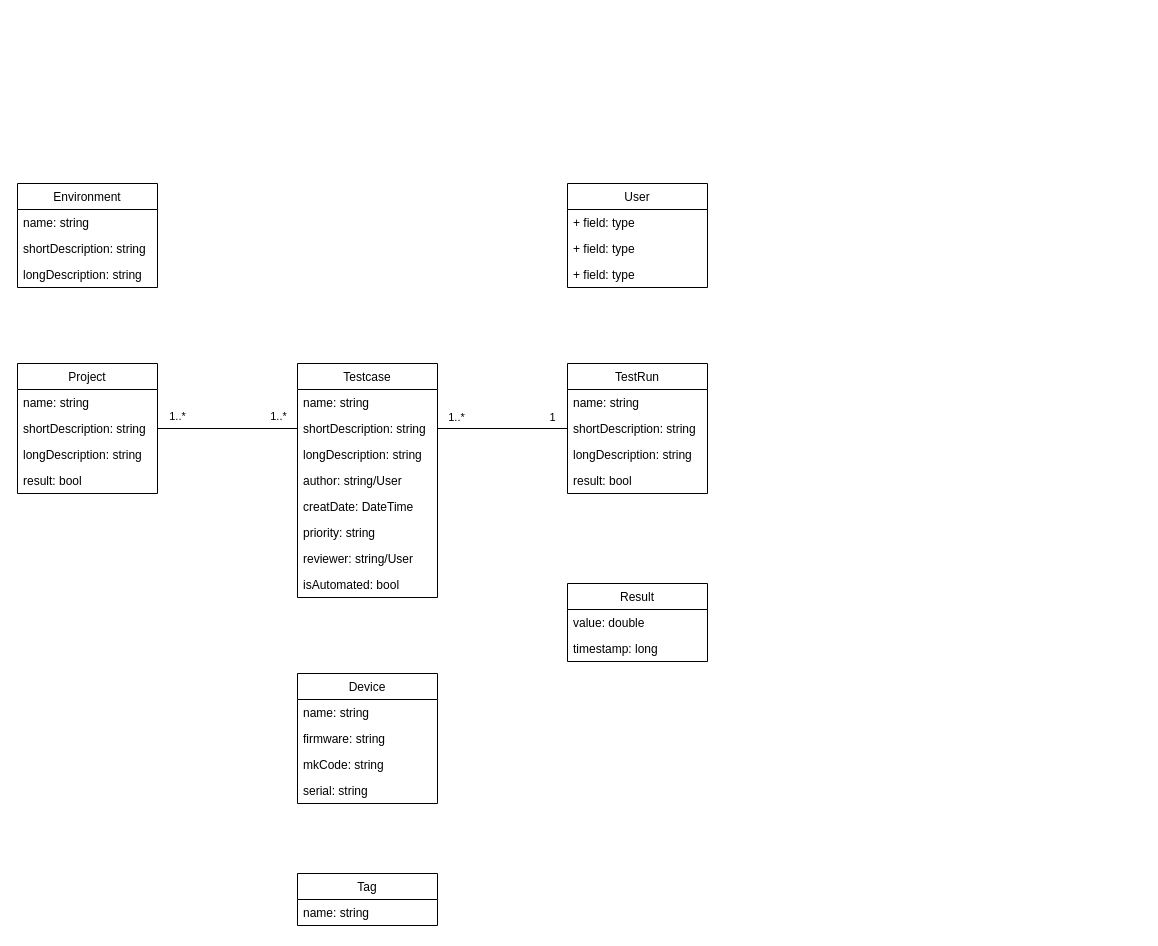
iiNomad23/FHV_BachelorThesis keeps this draw.io diagram as Misc/DrawIO/TCMS_DomainModel.drawio. Above is the earlier version. Source tidied: cells renumbered, new cells numbered last; positions are measured from the earlier drawing's top-left corner, leaving out a move shared by most shapes. Both pictures are drawn from the tidied source at 100%, with x=0, y=0 at pixel (17, 183).
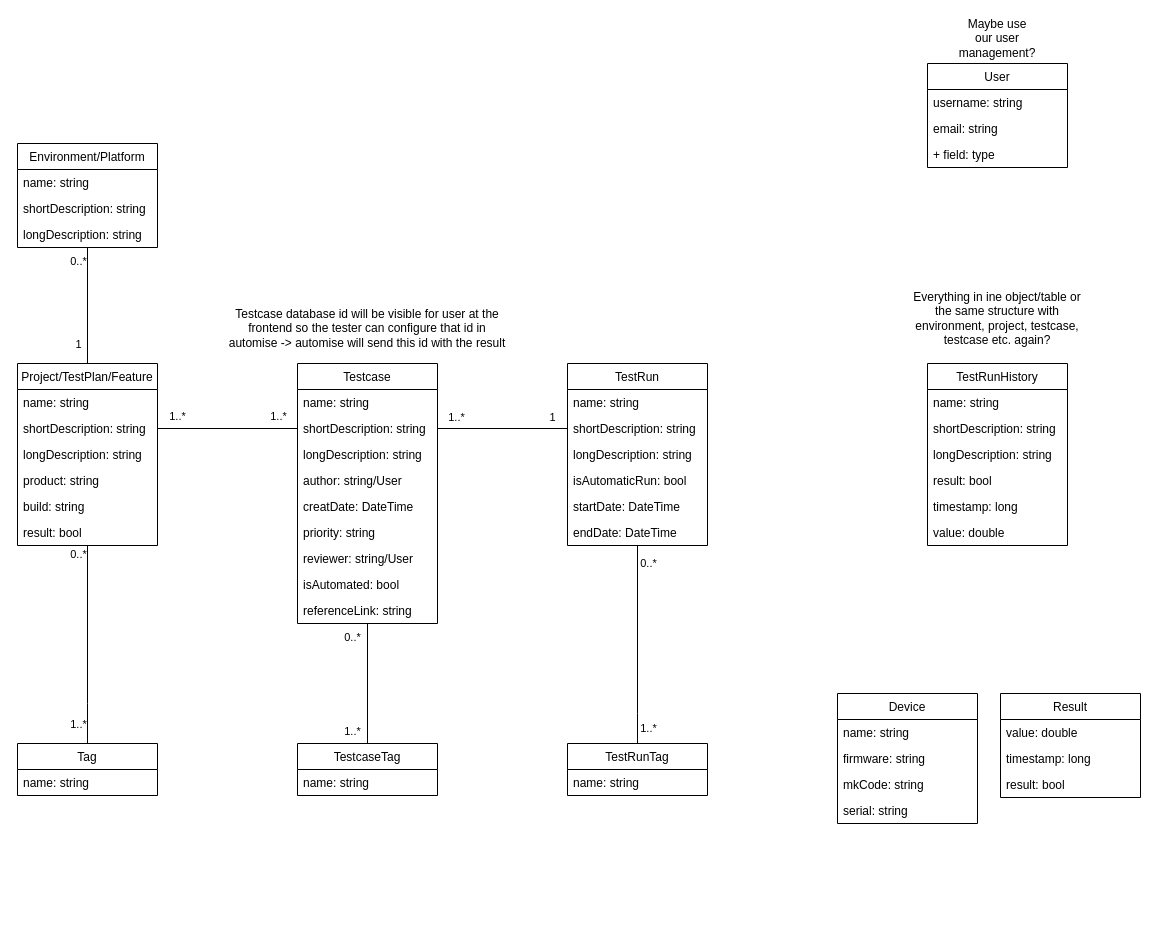
Above is the later version.

What changed in the source:
```diff
@@
+    <mxCell id="45" style="edgeStyle=orthogonalEdgeStyle;rounded=0;jettySize=auto;html=1;entryX=0.5;entryY=0;entryDx=0;entryDy=0;endArrow=none;endFill=0;" parent="1" edge="1" source="2" target="6">
+      <mxGeometry relative="1" as="geometry" />
+    </mxCell>
+    <mxCell id="46" value="1" style="edgeLabel;html=1;align=center;verticalAlign=middle;" parent="45" vertex="1">
+      <mxGeometry x="0.73" y="-1" relative="1" as="geometry">
+        <mxPoint x="-9" y="-4" as="offset" />
+      </mxGeometry>
+    </mxCell>
+    <mxCell id="47" value="0..*" style="edgeLabel;html=1;align=center;verticalAlign=middle;" parent="45" vertex="1">
+      <mxGeometry x="-0.77" relative="1" as="geometry">
+        <mxPoint x="-10" as="offset" />
+      </mxGeometry>
+    </mxCell>
-    <mxCell id="2" value="Environment" style="swimlane;fontStyle=0;horizontal=1;startSize=26;fillColor=none;" parent="1" vertex="1">
-      <mxGeometry width="140" height="104" as="geometry" />
+    <mxCell id="2" value="Environment/Platform" style="swimlane;fontStyle=0;horizontal=1;startSize=26;fillColor=none;" parent="1" vertex="1">
+      <mxGeometry y="-40" width="140" height="104" as="geometry" />
     </mxCell>
@@
+    <mxCell id="48" style="edgeStyle=orthogonalEdgeStyle;rounded=0;jettySize=auto;html=1;entryX=0.5;entryY=0;entryDx=0;entryDy=0;endArrow=none;endFill=0;" parent="1" edge="1" source="6" target="73">
+      <mxGeometry relative="1" as="geometry">
+        <Array as="points">
+          <mxPoint x="70" y="520" />
+          <mxPoint x="70" y="520" />
+        </Array>
+      </mxGeometry>
+    </mxCell>
+    <mxCell id="49" value="0..*" style="edgeLabel;html=1;align=center;verticalAlign=middle;" parent="48" vertex="1">
+      <mxGeometry x="-0.91" y="3" relative="1" as="geometry">
+        <mxPoint x="-13" y="-1" as="offset" />
+      </mxGeometry>
+    </mxCell>
+    <mxCell id="50" value="1..*" style="edgeLabel;html=1;align=center;verticalAlign=middle;" parent="48" vertex="1">
+      <mxGeometry x="0.89" y="-2" relative="1" as="geometry">
+        <mxPoint x="-8" y="-9" as="offset" />
+      </mxGeometry>
+    </mxCell>
-    <mxCell id="6" value="Project" style="swimlane;fontStyle=0;horizontal=1;startSize=26;fillColor=none;" parent="1" vertex="1">
-      <mxGeometry y="180" width="140" height="130" as="geometry" />
+    <mxCell id="6" value="Project/TestPlan/Feature" style="swimlane;fontStyle=0;horizontal=1;startSize=26;fillColor=none;" parent="1" vertex="1">
+      <mxGeometry y="180" width="140" height="182" as="geometry" />
     </mxCell>
@@
+    <mxCell id="51" value="product: string" style="text;strokeColor=none;fillColor=none;align=left;verticalAlign=top;spacingLeft=4;spacingRight=4;overflow=hidden;" parent="6" vertex="1">
+      <mxGeometry y="104" width="140" height="26" as="geometry" />
+    </mxCell>
+    <mxCell id="52" value="build: string" style="text;strokeColor=none;fillColor=none;align=left;verticalAlign=top;spacingLeft=4;spacingRight=4;overflow=hidden;" parent="6" vertex="1">
+      <mxGeometry y="130" width="140" height="26" as="geometry" />
+    </mxCell>
     <mxCell id="10" value="result: bool" style="text;strokeColor=none;fillColor=none;align=left;verticalAlign=top;spacingLeft=4;spacingRight=4;overflow=hidden;" parent="6" vertex="1">
-      <mxGeometry y="104" width="140" height="26" as="geometry" />
+      <mxGeometry y="156" width="140" height="26" as="geometry" />
     </mxCell>
+    <mxCell id="53" style="edgeStyle=orthogonalEdgeStyle;rounded=0;jettySize=auto;html=1;exitX=0.5;exitY=1;exitDx=0;exitDy=0;entryX=0.5;entryY=0;entryDx=0;entryDy=0;endArrow=none;endFill=0;" parent="1" edge="1" source="11" target="36">
+      <mxGeometry relative="1" as="geometry" />
+    </mxCell>
+    <mxCell id="54" value="0..*" style="edgeLabel;html=1;align=center;verticalAlign=middle;" parent="53" vertex="1">
+      <mxGeometry x="-0.79" y="-1" relative="1" as="geometry">
+        <mxPoint x="-15" as="offset" />
+      </mxGeometry>
+    </mxCell>
+    <mxCell id="55" value="1..*" style="edgeLabel;html=1;align=center;verticalAlign=middle;" parent="53" vertex="1">
+      <mxGeometry x="0.63" relative="1" as="geometry">
+        <mxPoint x="-16" y="9" as="offset" />
+      </mxGeometry>
+    </mxCell>
     <mxCell id="11" value="Testcase" style="swimlane;fontStyle=0;horizontal=1;startSize=26;fillColor=none;" parent="1" vertex="1">
-      <mxGeometry x="280" y="180" width="140" height="234" as="geometry" />
+      <mxGeometry x="280" y="180" width="140" height="260" as="geometry" />
     </mxCell>
@@
+    <mxCell id="56" value="referenceLink: string" style="text;strokeColor=none;fillColor=none;align=left;verticalAlign=top;spacingLeft=4;spacingRight=4;overflow=hidden;" parent="11" vertex="1">
+      <mxGeometry y="234" width="140" height="26" as="geometry" />
+    </mxCell>
@@
+    <mxCell id="57" style="edgeStyle=orthogonalEdgeStyle;rounded=0;jettySize=auto;html=1;entryX=0.5;entryY=0;entryDx=0;entryDy=0;endArrow=none;endFill=0;" parent="1" edge="1" source="23" target="75">
+      <mxGeometry relative="1" as="geometry">
+        <Array as="points">
+          <mxPoint x="620" y="530" />
+          <mxPoint x="620" y="530" />
+        </Array>
+      </mxGeometry>
+    </mxCell>
+    <mxCell id="58" value="0..*" style="edgeLabel;html=1;align=center;verticalAlign=middle;" parent="57" vertex="1">
+      <mxGeometry x="-0.94" y="-1" relative="1" as="geometry">
+        <mxPoint x="11" y="11" as="offset" />
+      </mxGeometry>
+    </mxCell>
+    <mxCell id="59" value="1..*" style="edgeLabel;html=1;align=center;verticalAlign=middle;" parent="57" vertex="1">
+      <mxGeometry x="0.89" relative="1" as="geometry">
+        <mxPoint x="10" y="-5" as="offset" />
+      </mxGeometry>
+    </mxCell>
     <mxCell id="23" value="TestRun" style="swimlane;fontStyle=0;horizontal=1;startSize=26;fillColor=none;" parent="1" vertex="1">
-      <mxGeometry x="550" y="180" width="140" height="130" as="geometry" />
+      <mxGeometry x="550" y="180" width="140" height="182" as="geometry" />
     </mxCell>
@@
-    <mxCell id="27" value="result: bool" style="text;strokeColor=none;fillColor=none;align=left;verticalAlign=top;spacingLeft=4;spacingRight=4;overflow=hidden;" parent="23" vertex="1">
-      <mxGeometry y="104" width="140" height="26" as="geometry" />
-    </mxCell>
+    <mxCell id="60" value="isAutomaticRun: bool" style="text;strokeColor=none;fillColor=none;align=left;verticalAlign=top;spacingLeft=4;spacingRight=4;overflow=hidden;" parent="23" vertex="1">
+      <mxGeometry y="104" width="140" height="26" as="geometry" />
+    </mxCell>
+    <mxCell id="61" value="startDate: DateTime" style="text;strokeColor=none;fillColor=none;align=left;verticalAlign=top;spacingLeft=4;spacingRight=4;overflow=hidden;" parent="23" vertex="1">
+      <mxGeometry y="130" width="140" height="26" as="geometry" />
+    </mxCell>
+    <mxCell id="62" value="endDate: DateTime" style="text;strokeColor=none;fillColor=none;align=left;verticalAlign=top;spacingLeft=4;spacingRight=4;overflow=hidden;" parent="23" vertex="1">
+      <mxGeometry y="156" width="140" height="26" as="geometry" />
+    </mxCell>
@@
     <mxCell id="31" value="Device" style="swimlane;fontStyle=0;horizontal=1;startSize=26;fillColor=none;" parent="1" vertex="1">
-      <mxGeometry x="280" y="490" width="140" height="130" as="geometry" />
+      <mxGeometry x="820" y="510" width="140" height="130" as="geometry" />
     </mxCell>
@@
-    <mxCell id="36" value="Tag" style="swimlane;fontStyle=0;horizontal=1;startSize=26;fillColor=none;" parent="1" vertex="1">
-      <mxGeometry x="280" y="690" width="140" height="52" as="geometry" />
+    <mxCell id="36" value="TestcaseTag" style="swimlane;fontStyle=0;horizontal=1;startSize=26;fillColor=none;" parent="1" vertex="1">
+      <mxGeometry x="280" y="560" width="140" height="52" as="geometry" />
     </mxCell>
@@
     <mxCell id="38" value="User" style="swimlane;fontStyle=0;horizontal=1;startSize=26;fillColor=none;" parent="1" vertex="1">
-      <mxGeometry x="550" width="140" height="104" as="geometry" />
+      <mxGeometry x="910" y="-120" width="140" height="104" as="geometry" />
     </mxCell>
-    <mxCell id="39" value="+ field: type" style="text;strokeColor=none;fillColor=none;align=left;verticalAlign=top;spacingLeft=4;spacingRight=4;overflow=hidden;" parent="38" vertex="1">
+    <mxCell id="39" value="username: string" style="text;strokeColor=none;fillColor=none;align=left;verticalAlign=top;spacingLeft=4;spacingRight=4;overflow=hidden;" parent="38" vertex="1">
       <mxGeometry y="26" width="140" height="26" as="geometry" />
     </mxCell>
-    <mxCell id="40" value="+ field: type" style="text;strokeColor=none;fillColor=none;align=left;verticalAlign=top;spacingLeft=4;spacingRight=4;overflow=hidden;" parent="38" vertex="1">
+    <mxCell id="40" value="email: string" style="text;strokeColor=none;fillColor=none;align=left;verticalAlign=top;spacingLeft=4;spacingRight=4;overflow=hidden;" parent="38" vertex="1">
       <mxGeometry y="52" width="140" height="26" as="geometry" />
     </mxCell>
@@
     <mxCell id="42" value="Result" style="swimlane;fontStyle=0;horizontal=1;startSize=26;fillColor=none;" parent="1" vertex="1">
-      <mxGeometry x="550" y="400" width="140" height="78" as="geometry" />
+      <mxGeometry x="983" y="510" width="140" height="104" as="geometry" />
     </mxCell>
@@
+    <mxCell id="63" value="result: bool" style="text;strokeColor=none;fillColor=none;align=left;verticalAlign=top;spacingLeft=4;spacingRight=4;overflow=hidden;" parent="42" vertex="1">
+      <mxGeometry y="78" width="140" height="26" as="geometry" />
+    </mxCell>
+    <mxCell id="64" value="Maybe use our user management?" style="text;html=1;strokeColor=none;fillColor=none;align=center;verticalAlign=middle;whiteSpace=wrap;rounded=0;" parent="1" vertex="1">
+      <mxGeometry x="950" y="-160" width="60" height="30" as="geometry" />
+    </mxCell>
+    <mxCell id="65" value="TestRunHistory" style="swimlane;fontStyle=0;horizontal=1;startSize=26;fillColor=none;" parent="1" vertex="1">
+      <mxGeometry x="910" y="180" width="140" height="182" as="geometry" />
+    </mxCell>
+    <mxCell id="66" value="name: string" style="text;strokeColor=none;fillColor=none;align=left;verticalAlign=top;spacingLeft=4;spacingRight=4;overflow=hidden;" parent="65" vertex="1">
+      <mxGeometry y="26" width="140" height="26" as="geometry" />
+    </mxCell>
+    <mxCell id="67" value="shortDescription: string" style="text;strokeColor=none;fillColor=none;align=left;verticalAlign=top;spacingLeft=4;spacingRight=4;overflow=hidden;" parent="65" vertex="1">
+      <mxGeometry y="52" width="140" height="26" as="geometry" />
+    </mxCell>
+    <mxCell id="68" value="longDescription: string" style="text;strokeColor=none;fillColor=none;align=left;verticalAlign=top;spacingLeft=4;spacingRight=4;overflow=hidden;" parent="65" vertex="1">
+      <mxGeometry y="78" width="140" height="26" as="geometry" />
+    </mxCell>
+    <mxCell id="27" value="result: bool" style="text;strokeColor=none;fillColor=none;align=left;verticalAlign=top;spacingLeft=4;spacingRight=4;overflow=hidden;" parent="65" vertex="1">
+      <mxGeometry y="104" width="140" height="26" as="geometry" />
+    </mxCell>
+    <mxCell id="69" value="timestamp: long" style="text;strokeColor=none;fillColor=none;align=left;verticalAlign=top;spacingLeft=4;spacingRight=4;overflow=hidden;" parent="65" vertex="1">
+      <mxGeometry y="130" width="140" height="26" as="geometry" />
+    </mxCell>
+    <mxCell id="70" value="value: double" style="text;strokeColor=none;fillColor=none;align=left;verticalAlign=top;spacingLeft=4;spacingRight=4;overflow=hidden;" parent="65" vertex="1">
+      <mxGeometry y="156" width="140" height="26" as="geometry" />
+    </mxCell>
+    <mxCell id="71" value="Everything in ine object/table or the same structure with environment, project, testcase, testcase etc. again?" style="text;html=1;strokeColor=none;fillColor=none;align=center;verticalAlign=middle;whiteSpace=wrap;rounded=0;" parent="1" vertex="1">
+      <mxGeometry x="895" y="120" width="170" height="30" as="geometry" />
+    </mxCell>
+    <mxCell id="72" value="Testcase database id will be visible for user at the frontend so the tester can configure that id in automise -&amp;gt; automise will send this id with the result" style="text;html=1;strokeColor=none;fillColor=none;align=center;verticalAlign=middle;whiteSpace=wrap;rounded=0;" parent="1" vertex="1">
+      <mxGeometry x="210" y="130" width="280" height="30" as="geometry" />
+    </mxCell>
+    <mxCell id="73" value="Tag" style="swimlane;fontStyle=0;horizontal=1;startSize=26;fillColor=none;" parent="1" vertex="1">
+      <mxGeometry y="560" width="140" height="52" as="geometry" />
+    </mxCell>
+    <mxCell id="74" value="name: string" style="text;strokeColor=none;fillColor=none;align=left;verticalAlign=top;spacingLeft=4;spacingRight=4;overflow=hidden;" parent="73" vertex="1">
+      <mxGeometry y="26" width="140" height="26" as="geometry" />
+    </mxCell>
+    <mxCell id="75" value="TestRunTag" style="swimlane;fontStyle=0;horizontal=1;startSize=26;fillColor=none;" parent="1" vertex="1">
+      <mxGeometry x="550" y="560" width="140" height="52" as="geometry" />
+    </mxCell>
+    <mxCell id="76" value="name: string" style="text;strokeColor=none;fillColor=none;align=left;verticalAlign=top;spacingLeft=4;spacingRight=4;overflow=hidden;" parent="75" vertex="1">
+      <mxGeometry y="26" width="140" height="26" as="geometry" />
+    </mxCell>
```
